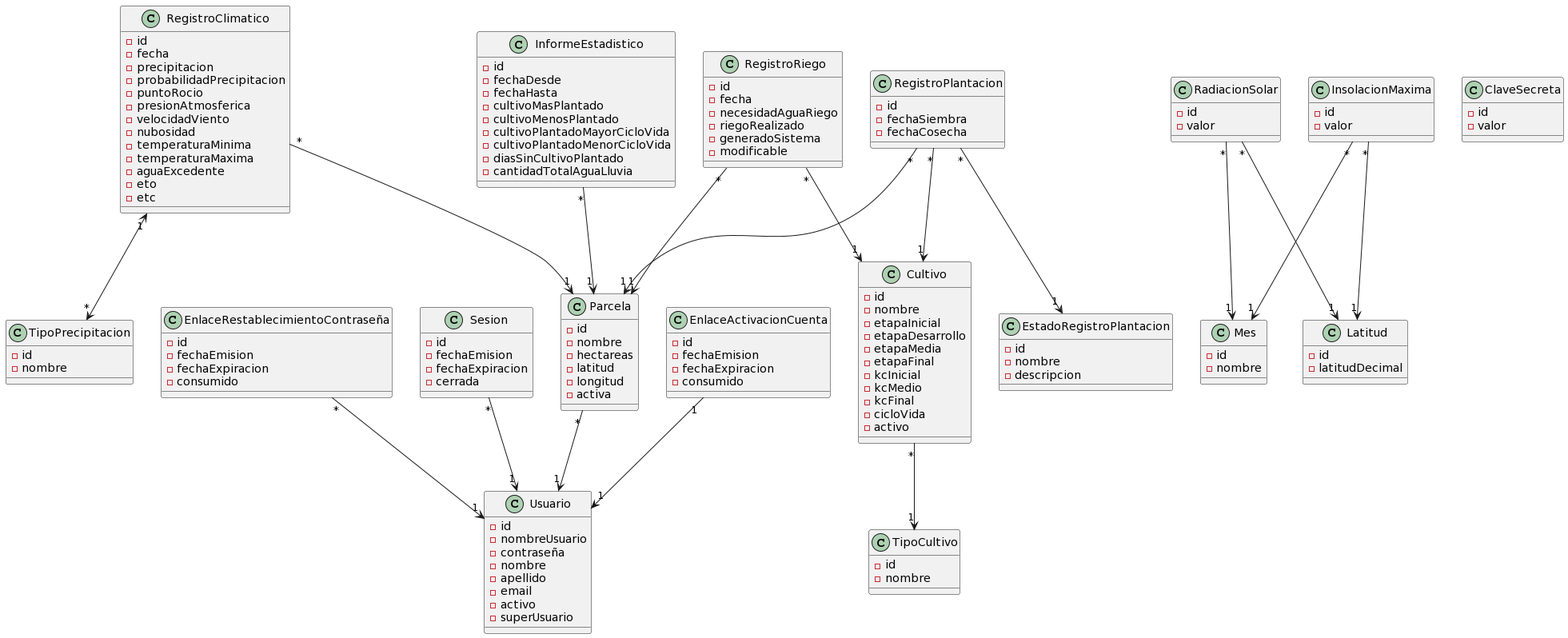
Above: domain model/Modelo de dominio.png in facundopaez-dev/sistema-web-riego (PlantUML), before the change.
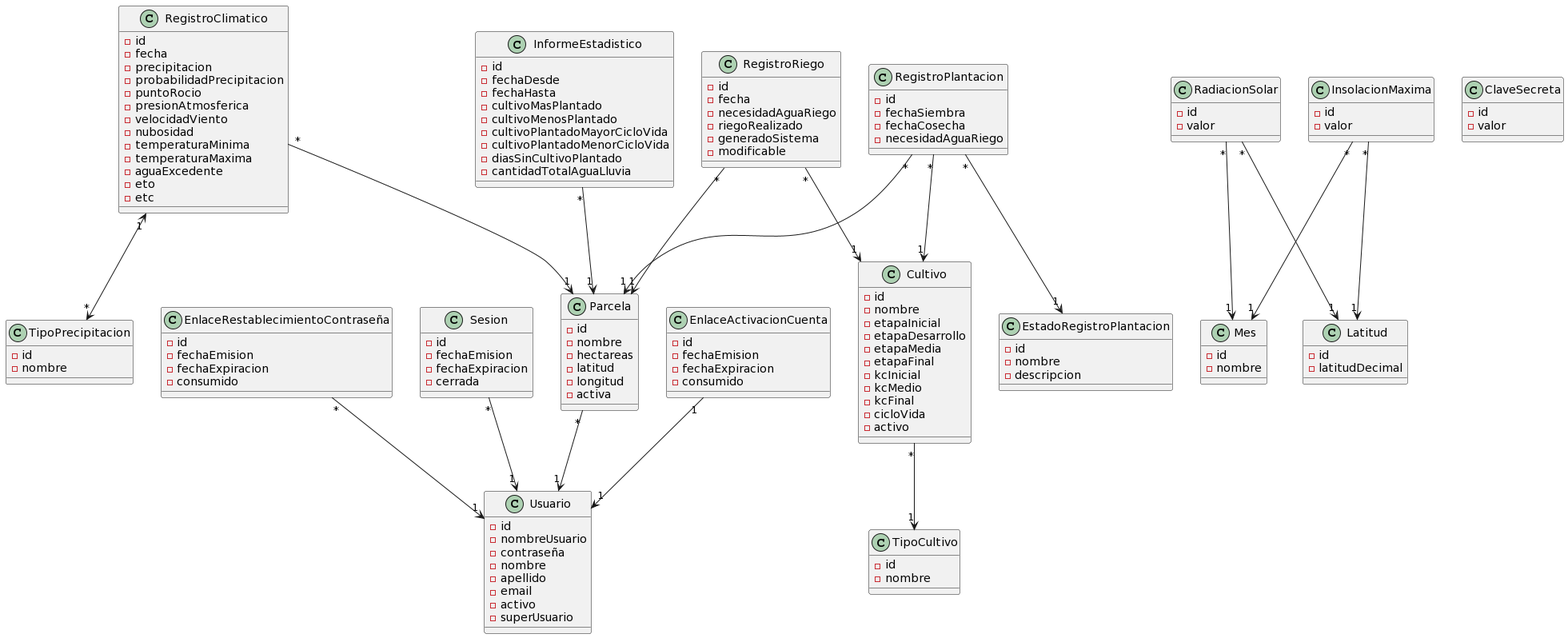
Later version of the same file.

Change to the diagram source:
```diff
@@ -82,6 +82,7 @@
 -id
 -fechaSiembra
 -fechaCosecha
+-necesidadAguaRiego
 }
 
 class RegistroRiego {
```
